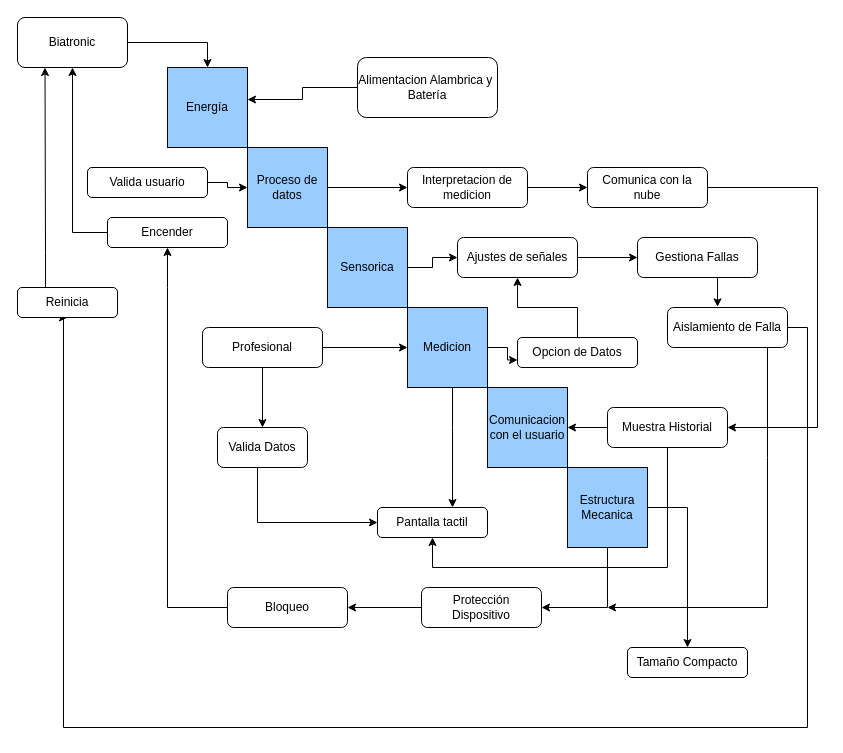
Before: segunda_fase/Arquitecturas de sistemas/Diagrama N2ChartSistemas.drawio in Angeloib98/BIATRONIC, a draw.io diagram. Source tidied: cells renumbered, new cells numbered last; positions are measured from the earlier drawing's top-left corner, leaving out a move shared by most shapes. Both pictures are drawn from the tidied source at 100%, with x=0, y=0 at pixel (17, 17).
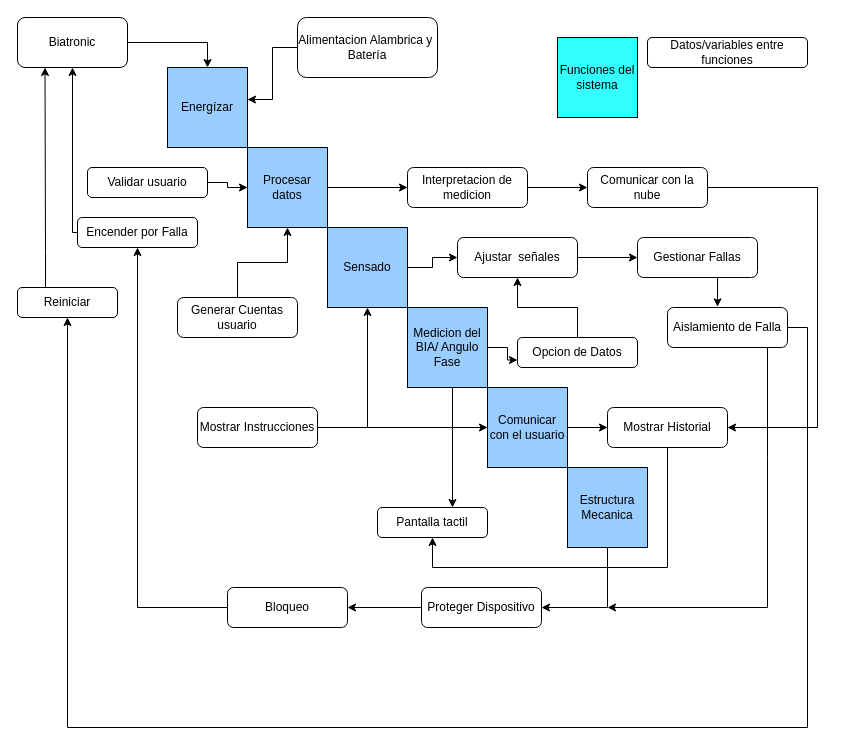
The same page after the edit.

The change refers to these unchanged cells:
```xml
<mxCell id="13" value="Estructura Mecanica" style="whiteSpace=wrap;html=1;fillColor=#99CCFF;" parent="1" vertex="1">
  <mxGeometry x="550" y="450" width="80" height="80" as="geometry" />
</mxCell>
<mxCell id="35" value="Aislamiento de Falla" style="rounded=1;whiteSpace=wrap;html=1;" parent="1" vertex="1">
  <mxGeometry x="650" y="290" width="120" height="40" as="geometry" />
</mxCell>
<mxCell id="43" value="Pantalla tactil" style="rounded=1;whiteSpace=wrap;html=1;" parent="1" vertex="1">
  <mxGeometry x="360" y="490" width="110" height="30" as="geometry" />
</mxCell>
<mxCell id="47" value="Bloqueo" style="rounded=1;whiteSpace=wrap;html=1;fillColor=#FFFFFF;" parent="1" vertex="1">
  <mxGeometry x="210" y="570" width="120" height="40" as="geometry" />
</mxCell>
```

The edit, as a diff of the source:
```diff
@@
-    <mxCell id="2" value="Energía" style="whiteSpace=wrap;html=1;fillColor=#99CCFF;" parent="1" vertex="1">
+    <mxCell id="2" value="Energízar" style="whiteSpace=wrap;html=1;fillColor=#99CCFF;" parent="1" vertex="1">
       <mxGeometry x="150" y="50" width="80" height="80" as="geometry" />
     </mxCell>
@@
-    <mxCell id="4" value="Proceso de datos" style="whiteSpace=wrap;html=1;fillColor=#99CCFF;" parent="1" vertex="1">
+    <mxCell id="4" value="Procesar datos" style="whiteSpace=wrap;html=1;fillColor=#99CCFF;" parent="1" vertex="1">
       <mxGeometry x="230" y="130" width="80" height="80" as="geometry" />
     </mxCell>
@@
-    <mxCell id="6" value="Sensorica" style="whiteSpace=wrap;html=1;fillColor=#99CCFF;" parent="1" vertex="1">
+    <mxCell id="6" value="Sensado" style="whiteSpace=wrap;html=1;fillColor=#99CCFF;" parent="1" vertex="1">
       <mxGeometry x="310" y="210" width="80" height="80" as="geometry" />
     </mxCell>
@@
-    <mxCell id="9" value="Medicion" style="whiteSpace=wrap;html=1;fillColor=#99CCFF;" parent="1" vertex="1">
+    <mxCell id="9" value="Medicion del BIA/ Angulo Fase" style="whiteSpace=wrap;html=1;fillColor=#99CCFF;" parent="1" vertex="1">
       <mxGeometry x="390" y="290" width="80" height="80" as="geometry" />
     </mxCell>
+    <mxCell id="51" style="edgeStyle=orthogonalEdgeStyle;rounded=0;jettySize=auto;html=1;entryX=0;entryY=0.5;entryDx=0;entryDy=0;" parent="1" edge="1" source="10" target="42">
+      <mxGeometry relative="1" as="geometry" />
+    </mxCell>
-    <mxCell id="10" value="Comunicacion con el usuario" style="whiteSpace=wrap;html=1;fillColor=#99CCFF;" parent="1" vertex="1">
+    <mxCell id="10" value="Comunicar con el usuario" style="whiteSpace=wrap;html=1;fillColor=#99CCFF;" parent="1" vertex="1">
       <mxGeometry x="470" y="370" width="80" height="80" as="geometry" />
     </mxCell>
@@
-    <mxCell id="12" style="edgeStyle=orthogonalEdgeStyle;rounded=0;jettySize=auto;html=1;entryX=0.5;entryY=0;entryDx=0;entryDy=0;" parent="1" edge="1" source="13" target="50">
-      <mxGeometry relative="1" as="geometry">
-        <Array as="points">
-          <mxPoint x="670" y="490" />
-        </Array>
-      </mxGeometry>
-    </mxCell>
@@
-    <mxCell id="16" style="edgeStyle=orthogonalEdgeStyle;rounded=0;jettySize=auto;html=1;exitX=1;exitY=0.5;exitDx=0;exitDy=0;entryX=0;entryY=0.5;entryDx=0;entryDy=0;" parent="1" edge="1" source="18" target="9">
-      <mxGeometry relative="1" as="geometry" />
-    </mxCell>
-    <mxCell id="17" style="edgeStyle=orthogonalEdgeStyle;rounded=0;jettySize=auto;html=1;exitX=0.5;exitY=1;exitDx=0;exitDy=0;entryX=0.5;entryY=0;entryDx=0;entryDy=0;" parent="1" edge="1" source="18" target="20">
-      <mxGeometry relative="1" as="geometry" />
-    </mxCell>
-    <mxCell id="18" value="Profesional" style="rounded=1;whiteSpace=wrap;html=1;" parent="1" vertex="1">
-      <mxGeometry x="185" y="310" width="120" height="40" as="geometry" />
-    </mxCell>
-    <mxCell id="19" style="edgeStyle=orthogonalEdgeStyle;rounded=0;jettySize=auto;html=1;entryX=0;entryY=0.5;entryDx=0;entryDy=0;" parent="1" edge="1" source="20" target="43">
-      <mxGeometry relative="1" as="geometry">
-        <Array as="points">
-          <mxPoint x="240" y="505" />
-        </Array>
-      </mxGeometry>
-    </mxCell>
-    <mxCell id="20" value="Valida Datos" style="rounded=1;whiteSpace=wrap;html=1;" parent="1" vertex="1">
-      <mxGeometry x="200" y="410" width="90" height="40" as="geometry" />
-    </mxCell>
@@
-    <mxCell id="22" value="Ajustes de señales" style="rounded=1;whiteSpace=wrap;html=1;" parent="1" vertex="1">
+    <mxCell id="22" value="Ajustar&amp;nbsp; señales" style="rounded=1;whiteSpace=wrap;html=1;" parent="1" vertex="1">
       <mxGeometry x="440" y="220" width="120" height="40" as="geometry" />
     </mxCell>
@@
     <mxCell id="24" value="Alimentacion Alambrica y&amp;nbsp; Batería" style="rounded=1;whiteSpace=wrap;html=1;" parent="1" vertex="1">
-      <mxGeometry x="340" y="40" width="140" height="60" as="geometry" />
+      <mxGeometry x="280" width="140" height="60" as="geometry" />
     </mxCell>
@@
-    <mxCell id="26" value="Valida usuario" style="rounded=1;whiteSpace=wrap;html=1;" parent="1" vertex="1">
+    <mxCell id="26" value="Validar usuario" style="rounded=1;whiteSpace=wrap;html=1;" parent="1" vertex="1">
       <mxGeometry x="70" y="150" width="120" height="30" as="geometry" />
     </mxCell>
@@
-    <mxCell id="30" value="Comunica con la nube" style="rounded=1;whiteSpace=wrap;html=1;" parent="1" vertex="1">
+    <mxCell id="30" value="Comunicar con la nube" style="rounded=1;whiteSpace=wrap;html=1;" parent="1" vertex="1">
       <mxGeometry x="570" y="150" width="120" height="40" as="geometry" />
     </mxCell>
@@
-    <mxCell id="32" value="Gestiona Fallas" style="rounded=1;whiteSpace=wrap;html=1;" parent="1" vertex="1">
+    <mxCell id="32" value="Gestionar Fallas" style="rounded=1;whiteSpace=wrap;html=1;" parent="1" vertex="1">
       <mxGeometry x="620" y="220" width="120" height="40" as="geometry" />
     </mxCell>
     <mxCell id="33" style="edgeStyle=orthogonalEdgeStyle;rounded=0;jettySize=auto;html=1;exitX=1;exitY=0.5;exitDx=0;exitDy=0;entryX=0.5;entryY=1;entryDx=0;entryDy=0;" parent="1" edge="1" source="35" target="39">
       <mxGeometry relative="1" as="geometry">
         <Array as="points">
           <mxPoint x="790" y="310" />
           <mxPoint x="790" y="710" />
-          <mxPoint x="46" y="710" />
-          <mxPoint x="46" y="300" />
+          <mxPoint x="50" y="710" />
         </Array>
       </mxGeometry>
     </mxCell>
@@
-    <mxCell id="39" value="Reinicia" style="rounded=1;whiteSpace=wrap;html=1;" parent="1" vertex="1">
+    <mxCell id="39" value="Reiniciar" style="rounded=1;whiteSpace=wrap;html=1;" parent="1" vertex="1">
       <mxGeometry y="270" width="100" height="30" as="geometry" />
     </mxCell>
-    <mxCell id="40" style="edgeStyle=orthogonalEdgeStyle;rounded=0;jettySize=auto;html=1;entryX=1;entryY=0.5;entryDx=0;entryDy=0;" parent="1" edge="1" source="42" target="10">
-      <mxGeometry relative="1" as="geometry" />
-    </mxCell>
@@
-    <mxCell id="42" value="Muestra Historial" style="rounded=1;whiteSpace=wrap;html=1;" parent="1" vertex="1">
+    <mxCell id="42" value="Mostrar Historial" style="rounded=1;whiteSpace=wrap;html=1;" parent="1" vertex="1">
       <mxGeometry x="590" y="390" width="120" height="40" as="geometry" />
     </mxCell>
@@
-    <mxCell id="45" value="Protección Dispositivo" style="rounded=1;whiteSpace=wrap;html=1;" parent="1" vertex="1">
+    <mxCell id="45" value="Proteger Dispositivo" style="rounded=1;whiteSpace=wrap;html=1;" parent="1" vertex="1">
       <mxGeometry x="404" y="570" width="120" height="40" as="geometry" />
     </mxCell>
-    <mxCell id="46" style="edgeStyle=orthogonalEdgeStyle;rounded=0;jettySize=auto;html=1;exitX=0;exitY=0.5;exitDx=0;exitDy=0;" parent="1" edge="1" source="47">
+    <mxCell id="46" style="edgeStyle=orthogonalEdgeStyle;rounded=0;jettySize=auto;html=1;exitX=0;exitY=0.5;exitDx=0;exitDy=0;entryX=0.5;entryY=1;entryDx=0;entryDy=0;" parent="1" edge="1" source="47" target="49">
       <mxGeometry relative="1" as="geometry">
-        <mxPoint x="150" y="230" as="targetPoint" />
         <Array as="points">
-          <mxPoint x="150" y="590" />
-          <mxPoint x="150" y="270" />
+          <mxPoint x="120" y="590" />
         </Array>
       </mxGeometry>
     </mxCell>
@@
-    <mxCell id="49" value="Encender" style="rounded=1;whiteSpace=wrap;html=1;fillColor=#FFFFFF;" parent="1" vertex="1">
-      <mxGeometry x="90" y="200" width="120" height="30" as="geometry" />
+    <mxCell id="49" value="Encender por Falla" style="rounded=1;whiteSpace=wrap;html=1;fillColor=#FFFFFF;" parent="1" vertex="1">
+      <mxGeometry x="60" y="200" width="120" height="30" as="geometry" />
     </mxCell>
-    <mxCell id="50" value="Tamaño Compacto" style="rounded=1;whiteSpace=wrap;html=1;fillColor=#FFFFFF;" parent="1" vertex="1">
-      <mxGeometry x="610" y="630" width="120" height="30" as="geometry" />
-    </mxCell>
+    <mxCell id="52" value="Datos/variables entre funciones" style="rounded=1;whiteSpace=wrap;html=1;" parent="1" vertex="1">
+      <mxGeometry x="630" y="20" width="160" height="30" as="geometry" />
+    </mxCell>
+    <mxCell id="53" value="Funciones del sistema" style="whiteSpace=wrap;html=1;fillColor=#33FFFF;" parent="1" vertex="1">
+      <mxGeometry x="540" y="20" width="80" height="80" as="geometry" />
+    </mxCell>
+    <mxCell id="54" style="edgeStyle=orthogonalEdgeStyle;rounded=0;jettySize=auto;html=1;entryX=0.5;entryY=1;entryDx=0;entryDy=0;" parent="1" edge="1" source="55" target="4">
+      <mxGeometry relative="1" as="geometry" />
+    </mxCell>
+    <mxCell id="55" value="Generar Cuentas usuario" style="rounded=1;whiteSpace=wrap;html=1;" parent="1" vertex="1">
+      <mxGeometry x="160" y="280" width="120" height="40" as="geometry" />
+    </mxCell>
+    <mxCell id="56" style="edgeStyle=orthogonalEdgeStyle;rounded=0;jettySize=auto;html=1;" parent="1" edge="1" source="58" target="10">
+      <mxGeometry relative="1" as="geometry" />
+    </mxCell>
+    <mxCell id="57" style="edgeStyle=orthogonalEdgeStyle;rounded=0;jettySize=auto;html=1;entryX=0.5;entryY=1;entryDx=0;entryDy=0;" parent="1" edge="1" source="58" target="6">
+      <mxGeometry relative="1" as="geometry" />
+    </mxCell>
+    <mxCell id="58" value="Mostrar Instrucciones" style="rounded=1;whiteSpace=wrap;html=1;" parent="1" vertex="1">
+      <mxGeometry x="180" y="390" width="120" height="40" as="geometry" />
+    </mxCell>
```
